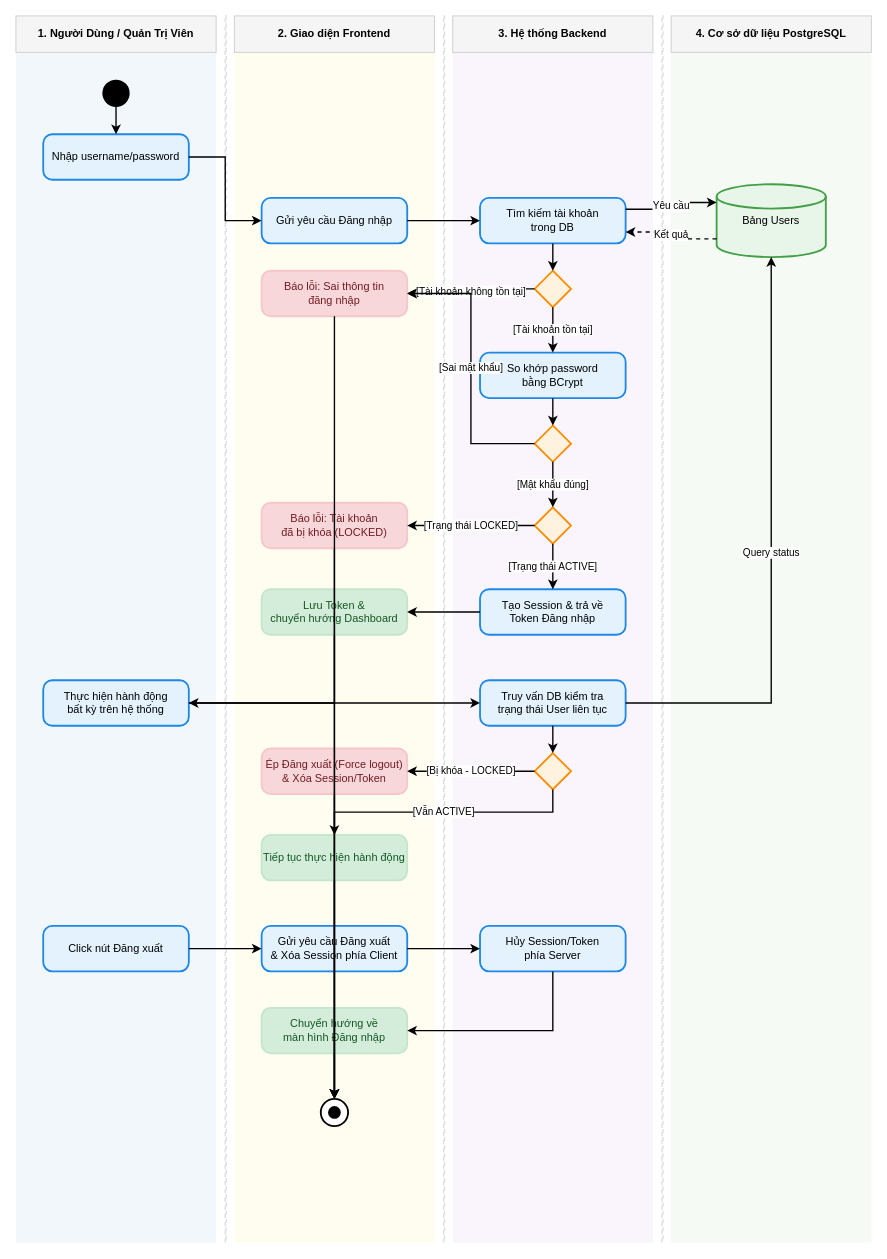
Earlier version of the draw.io diagram diagrams/chuc_nang_xac_thuc.drawio (Nghiatv2006/KhoHang). Source tidied: cells renumbered, new cells numbered last; positions are measured from the earlier drawing's top-left corner, leaving out a move shared by most shapes. Both pictures are drawn from the tidied source at 91%, with x=0, y=0 at pixel (15, 15).
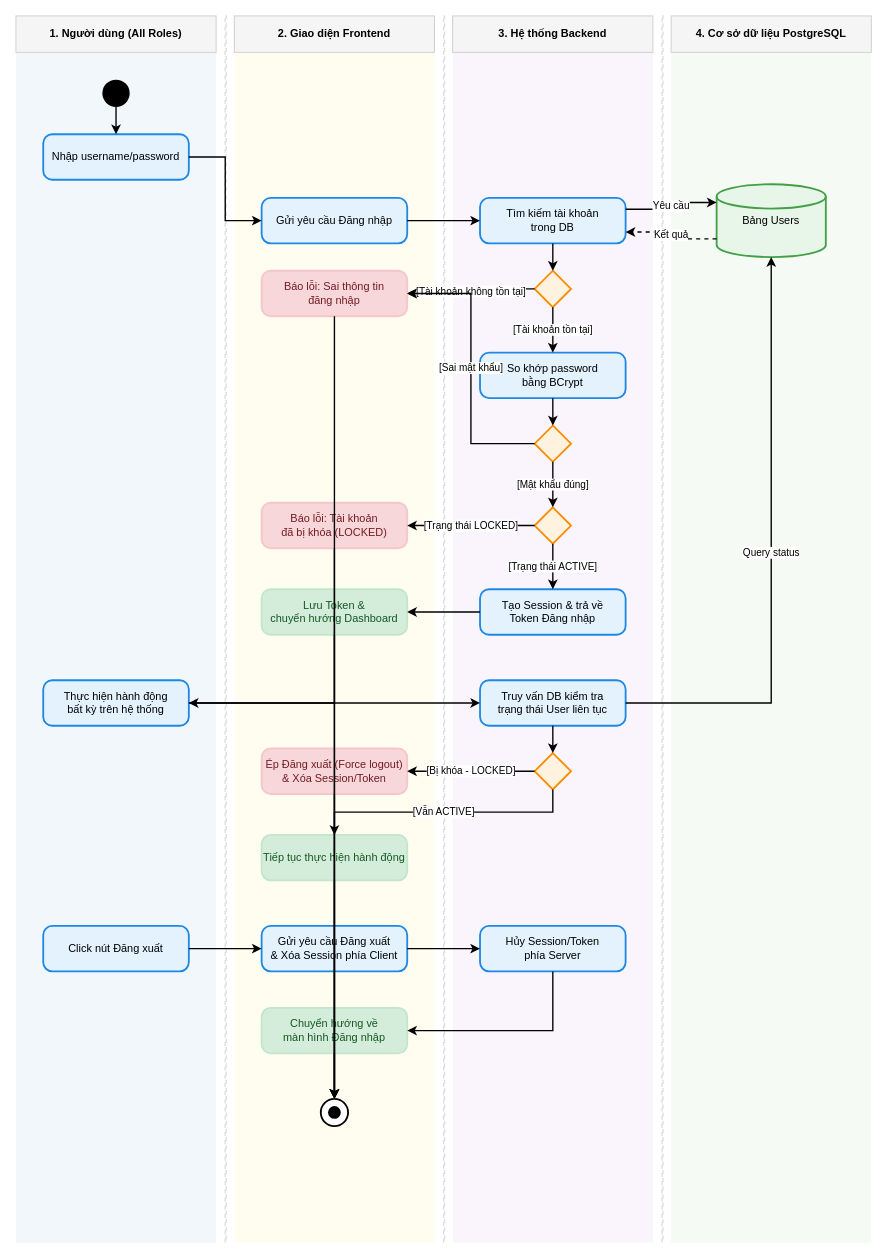
Above is the later version.

Change to the diagram source:
```diff
@@
-    <mxCell id="6" value="1. Người Dùng / Quản Trị Viên" style="fillColor=#f5f5f5;strokeColor=#cccccc;fontStyle=1;align=center;whiteSpace=wrap;html=1;" parent="1" vertex="1">
+    <mxCell id="6" value="1. Người dùng (All Roles)" style="fillColor=#f5f5f5;strokeColor=#cccccc;fontStyle=1;align=center;whiteSpace=wrap;html=1;" parent="1" vertex="1">
       <mxGeometry width="220" height="40" as="geometry" />
     </mxCell>
```
